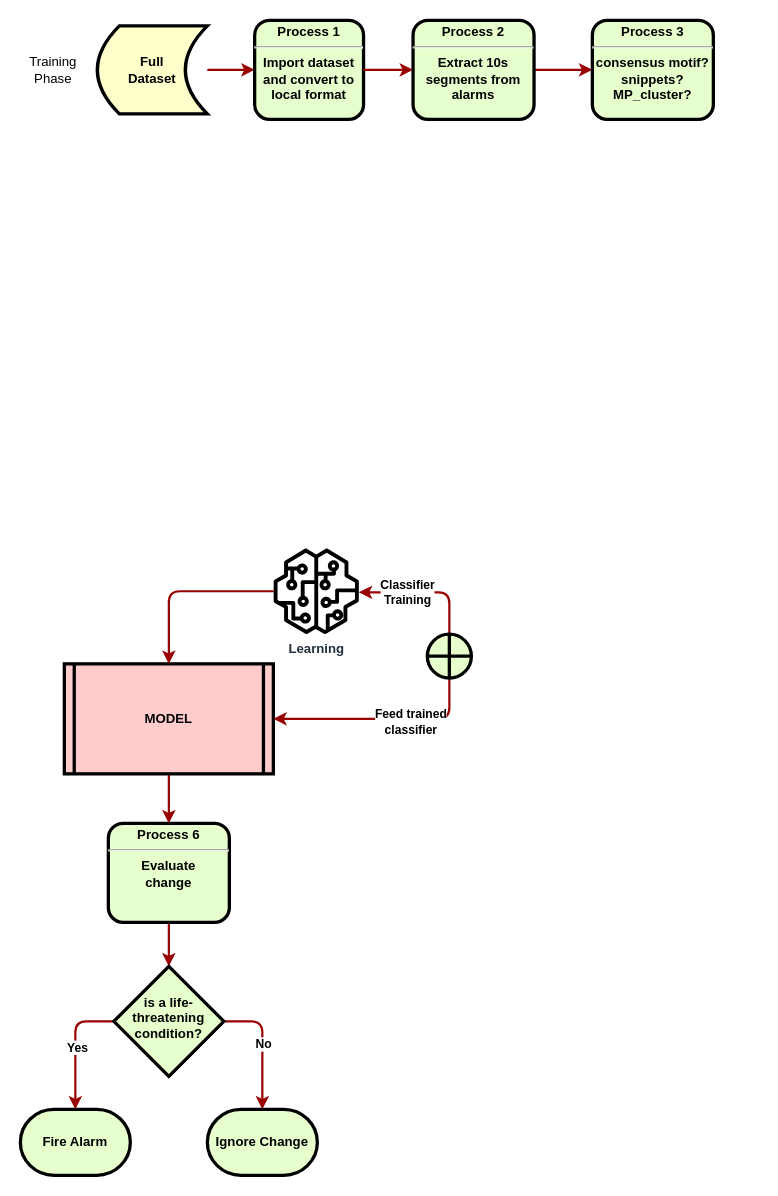
The draw.io diagram page "Segment Classification" (3 of 5) of flowcharts/false.alarm-workflow.drawio in franzbischoff/false.alarm, before the edit. Source tidied: cells renumbered, new cells numbered last; positions are measured from the earlier drawing's top-left corner, leaving out a move shared by most shapes. Both pictures are drawn from the tidied source at 110%, with x=0, y=0 at pixel (20, 20).
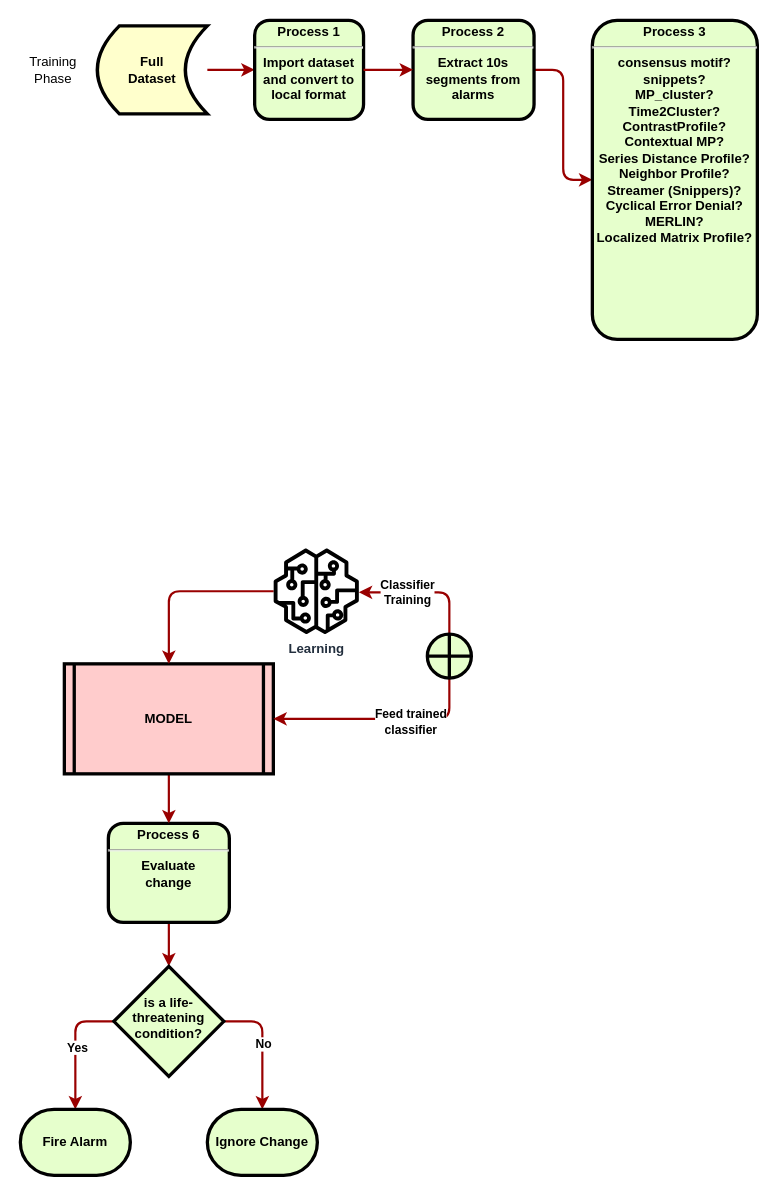
After the change.

The edit, as a diff of the source:
```diff
@@
-    <mxCell id="27" value="&lt;p style=&quot;margin: 4px 0px 0px&quot;&gt;Process 3&lt;/p&gt;&lt;hr&gt;consensus motif?&lt;br&gt;snippets?&lt;br&gt;MP_cluster?&lt;br&gt;&lt;p&gt;&lt;/p&gt;" style="verticalAlign=middle;align=center;overflow=fill;fontSize=12;fontFamily=Helvetica;html=1;rounded=1;fontStyle=1;strokeWidth=3;fillColor=#E6FFCC;spacing=2;spacingTop=0;spacingLeft=0;spacingRight=0;whiteSpace=wrap;" parent="1" vertex="1">
-      <mxGeometry x="520" width="110" height="90" as="geometry" />
+    <mxCell id="27" value="&lt;p style=&quot;margin: 4px 0px 0px&quot;&gt;Process 3&lt;/p&gt;&lt;hr&gt;consensus motif?&lt;br&gt;snippets?&lt;br&gt;MP_cluster?&lt;br&gt;Time2Cluster?&lt;br&gt;ContrastProfile?&lt;br&gt;Contextual MP?&lt;br&gt;Series Distance Profile?&lt;br&gt;Neighbor Profile?&lt;br&gt;Streamer (Snippers)?&lt;br&gt;Cyclical Error Denial?&lt;br&gt;MERLIN?&lt;br&gt;Localized Matrix Profile?&lt;br&gt;&lt;p&gt;&lt;/p&gt;" style="verticalAlign=middle;align=center;overflow=fill;fontSize=12;fontFamily=Helvetica;html=1;rounded=1;fontStyle=1;strokeWidth=3;fillColor=#E6FFCC;spacing=2;spacingTop=0;spacingLeft=0;spacingRight=0;whiteSpace=wrap;" parent="1" vertex="1">
+      <mxGeometry x="520" width="150" height="290" as="geometry" />
     </mxCell>
```
